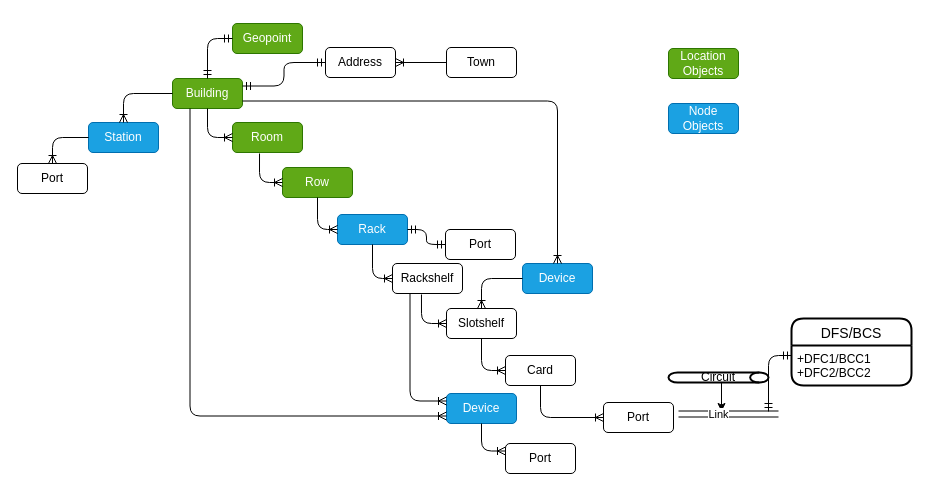
Above: page "C4" (1 of 4) of Untitled Diagram.drawio in dearishtaq/hello-world-old (draw.io), before the change. Source tidied: cells renumbered, new cells numbered last; positions are measured from the earlier drawing's top-left corner, leaving out a move shared by most shapes. Both pictures are drawn from the tidied source at 100%, with x=0, y=0 at pixel (17, 23).
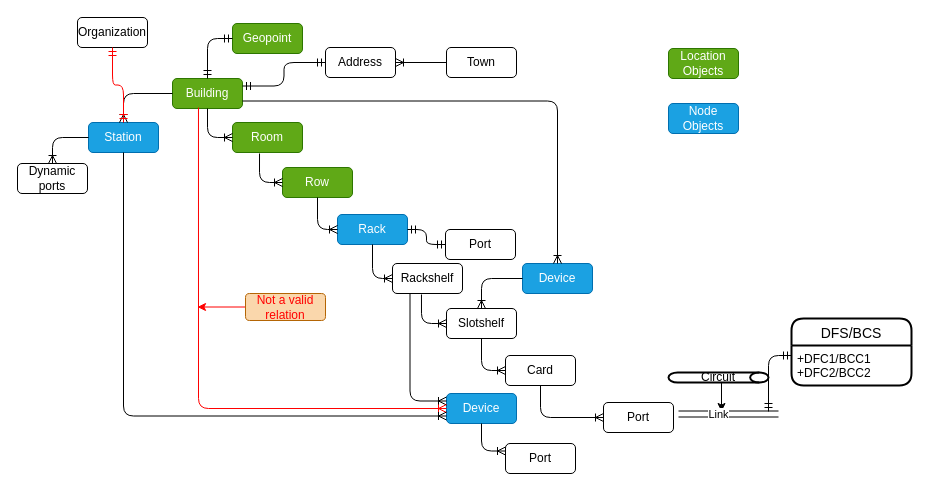
After the change.

Unchanged cells that the change refers to:
```xml
<mxCell id="2" value="Building" style="rounded=1;whiteSpace=wrap;html=1;fillColor=#60a917;strokeColor=#2D7600;fontColor=#ffffff;" parent="1" vertex="1">
  <mxGeometry x="155" y="55" width="70" height="30" as="geometry" />
</mxCell>
<mxCell id="21" value="Device" style="rounded=1;whiteSpace=wrap;html=1;fillColor=#1ba1e2;strokeColor=#006EAF;fontColor=#ffffff;" parent="1" vertex="1">
  <mxGeometry x="429" y="370" width="70" height="30" as="geometry" />
</mxCell>
<mxCell id="30" value="Station" style="rounded=1;whiteSpace=wrap;html=1;fillColor=#1ba1e2;strokeColor=#006EAF;fontColor=#ffffff;" parent="1" vertex="1">
  <mxGeometry x="71" y="99" width="70" height="30" as="geometry" />
</mxCell>
```

Diff of the diagram source:
```diff
@@
-    <mxCell id="25" style="edgeStyle=orthogonalEdgeStyle;fontSize=12;html=1;endArrow=ERoneToMany;exitX=0.25;exitY=1;exitDx=0;exitDy=0;entryX=0;entryY=0.75;entryDx=0;entryDy=0;" parent="1" edge="1" source="2" target="21">
+    <mxCell id="25" style="edgeStyle=orthogonalEdgeStyle;fontSize=12;html=1;endArrow=ERoneToMany;exitX=0.371;exitY=0.967;exitDx=0;exitDy=0;entryX=0;entryY=0.5;entryDx=0;entryDy=0;strokeColor=#FF0000;exitPerimeter=0;" parent="1" edge="1" source="2" target="21">
       <mxGeometry relative="1" as="geometry" />
     </mxCell>
@@
-    <mxCell id="38" value="Port" style="rounded=1;whiteSpace=wrap;html=1;" parent="1" vertex="1">
+    <mxCell id="38" value="Dynamic ports" style="rounded=1;whiteSpace=wrap;html=1;" parent="1" vertex="1">
       <mxGeometry y="140" width="70" height="30" as="geometry" />
     </mxCell>
@@
+    <mxCell id="46" style="edgeStyle=orthogonalEdgeStyle;rounded=0;jettySize=auto;html=1;strokeColor=#FF0000;" parent="1" edge="1" source="47">
+      <mxGeometry relative="1" as="geometry">
+        <mxPoint x="180" y="283.5" as="targetPoint" />
+      </mxGeometry>
+    </mxCell>
+    <mxCell id="47" value="Not a valid relation" style="text;html=1;align=center;verticalAlign=middle;whiteSpace=wrap;rounded=1;strokeColor=#b46504;fillColor=#fad7ac;fontColor=#FF0000;" parent="1" vertex="1">
+      <mxGeometry x="228" y="270" width="80" height="27" as="geometry" />
+    </mxCell>
+    <mxCell id="48" style="edgeStyle=orthogonalEdgeStyle;fontSize=12;html=1;endArrow=ERoneToMany;exitX=0.5;exitY=1;exitDx=0;exitDy=0;entryX=0;entryY=0.75;entryDx=0;entryDy=0;" parent="1" edge="1" source="30" target="21">
+      <mxGeometry relative="1" as="geometry" />
+    </mxCell>
+    <mxCell id="49" value="Organization" style="rounded=1;whiteSpace=wrap;html=1;" parent="1" vertex="1">
+      <mxGeometry x="60" y="-6" width="70" height="30" as="geometry" />
+    </mxCell>
+    <mxCell id="50" style="edgeStyle=orthogonalEdgeStyle;fontSize=12;html=1;endArrow=ERmandOne;startArrow=ERmandOne;strokeColor=#FF0000;entryX=0.5;entryY=1;entryDx=0;entryDy=0;" parent="1" edge="1" source="30" target="49">
+      <mxGeometry relative="1" as="geometry" />
+    </mxCell>
```
